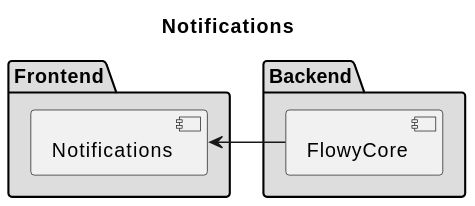
Above: uml/output/inter_process_commuciate-Notifications.svg in AppFlowy-IO/AppFlowy-Docs (PlantUML), before the change.
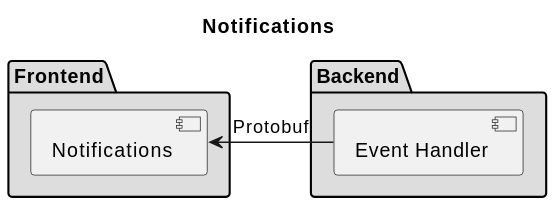
Above is the later version.

What changed in the source:
```diff
@@ -6,8 +6,8 @@
 }
 
 package "Backend" #DDDDDD {
-    component FlowyCore
+    component EventHandler as "Event Handler"
 }
 
-Notifications <-r- FlowyCore
+Notifications <-r- EventHandler: Protobuf
 @enduml
```
